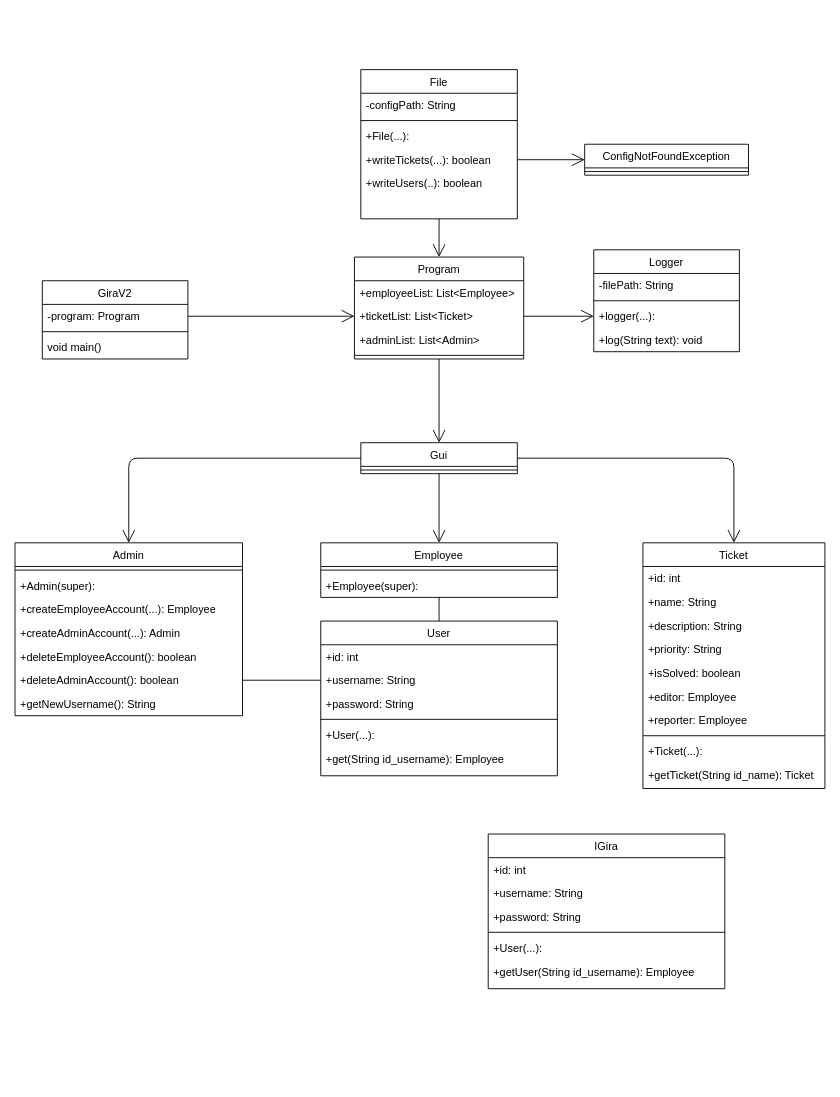
Before: Documentation/Diagrams/Class Diagram/Class Diagram.drawio in baltermia/Gira-ConsoleV2, a draw.io diagram. Source tidied: cells renumbered, new cells numbered last; positions are measured from the earlier drawing's top-left corner, leaving out a move shared by most shapes. Both pictures are drawn from the tidied source at 91%, with x=0, y=0 at pixel (15, 69).
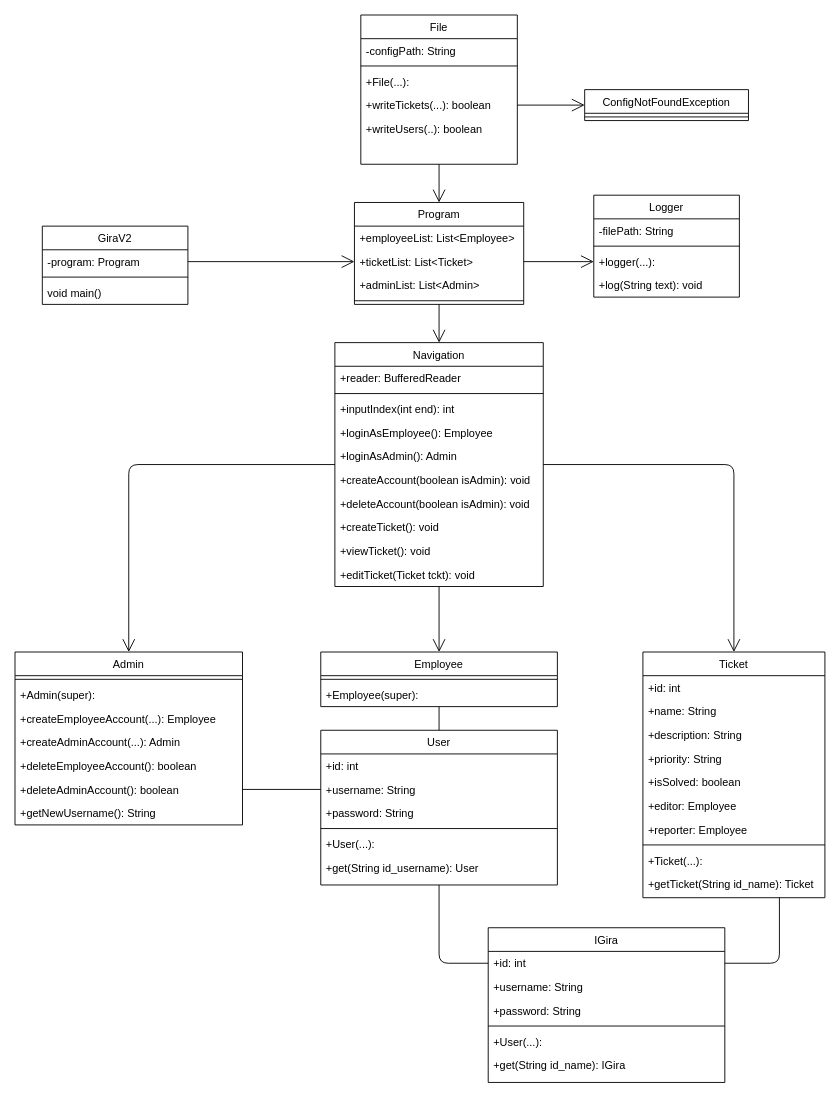
The same page after the edit.

Commit message (it also covers changes not shown here):
Fixed Program & Navigation class

Unchanged cells that the change refers to:
```xml
<mxCell id="65" value="+id: int" style="text;align=left;verticalAlign=top;spacingLeft=4;spacingRight=4;overflow=hidden;points=[[0,0.5],[1,0.5]];portConstraint=eastwest;rounded=0;shadow=0;html=0;" parent="64" vertex="1">
  <mxGeometry y="26" width="260" height="26" as="geometry" />
</mxCell>
```

Diff of the diagram source:
```diff
@@
     <mxCell id="2" value="Admin" style="swimlane;fontStyle=0;align=center;verticalAlign=top;horizontal=1;startSize=26;rounded=0;shadow=0;strokeWidth=1;" parent="1" vertex="1">
-      <mxGeometry y="520" width="250" height="190" as="geometry" />
+      <mxGeometry y="640" width="250" height="190" as="geometry" />
     </mxCell>
@@
     <mxCell id="10" value="GiraV2" style="swimlane;fontStyle=0;align=center;verticalAlign=top;horizontal=1;startSize=26;rounded=0;shadow=0;strokeWidth=1;" parent="1" vertex="1">
-      <mxGeometry x="30" y="232" width="160" height="86" as="geometry" />
+      <mxGeometry x="30" y="172" width="160" height="86" as="geometry" />
     </mxCell>
@@
     <mxCell id="14" value="Employee" style="swimlane;fontStyle=0;align=center;verticalAlign=top;horizontal=1;startSize=26;rounded=0;shadow=0;strokeWidth=1;" parent="1" vertex="1">
-      <mxGeometry x="336" y="520" width="260" height="60" as="geometry" />
+      <mxGeometry x="336" y="640" width="260" height="60" as="geometry" />
     </mxCell>
@@
     <mxCell id="17" value="Ticket" style="swimlane;fontStyle=0;align=center;verticalAlign=top;horizontal=1;startSize=26;rounded=0;shadow=0;strokeWidth=1;" parent="1" vertex="1">
-      <mxGeometry x="690" y="520" width="200" height="270" as="geometry" />
+      <mxGeometry x="690" y="640" width="200" height="270" as="geometry" />
     </mxCell>
@@
-    <mxCell id="28" value="Gui" style="swimlane;fontStyle=0;align=center;verticalAlign=top;horizontal=1;startSize=26;rounded=0;shadow=0;strokeWidth=1;" parent="1" vertex="1">
-      <mxGeometry x="380" y="410" width="172" height="34" as="geometry" />
+    <mxCell id="28" value="Navigation" style="swimlane;fontStyle=0;align=center;verticalAlign=top;horizontal=1;startSize=26;rounded=0;shadow=0;strokeWidth=1;" parent="1" vertex="1">
+      <mxGeometry x="351.5" y="300" width="229" height="268" as="geometry" />
     </mxCell>
+    <mxCell id="72" value="+reader: BufferedReader" style="text;align=left;verticalAlign=top;spacingLeft=4;spacingRight=4;overflow=hidden;" parent="28" vertex="1">
+      <mxGeometry y="26" width="229" height="26" as="geometry" />
+    </mxCell>
     <mxCell id="29" style="line;html=1;strokeWidth=1;align=left;verticalAlign=middle;spacingTop=-1;spacingLeft=3;spacingRight=3;labelPosition=right;" parent="28" vertex="1">
-      <mxGeometry y="26" width="172" height="8" as="geometry" />
+      <mxGeometry y="52" width="229" height="8" as="geometry" />
     </mxCell>
+    <mxCell id="73" value="+inputIndex(int end): int" style="text;align=left;verticalAlign=top;spacingLeft=4;spacingRight=4;overflow=hidden;" parent="28" vertex="1">
+      <mxGeometry y="60" width="229" height="26" as="geometry" />
+    </mxCell>
+    <mxCell id="74" value="+loginAsEmployee(): Employee" style="text;align=left;verticalAlign=top;spacingLeft=4;spacingRight=4;overflow=hidden;" parent="28" vertex="1">
+      <mxGeometry y="86" width="229" height="26" as="geometry" />
+    </mxCell>
+    <mxCell id="75" value="+loginAsAdmin(): Admin" style="text;align=left;verticalAlign=top;spacingLeft=4;spacingRight=4;overflow=hidden;" parent="28" vertex="1">
+      <mxGeometry y="112" width="229" height="26" as="geometry" />
+    </mxCell>
+    <mxCell id="76" value="+createAccount(boolean isAdmin): void" style="text;align=left;verticalAlign=top;spacingLeft=4;spacingRight=4;overflow=hidden;" parent="28" vertex="1">
+      <mxGeometry y="138" width="229" height="26" as="geometry" />
+    </mxCell>
+    <mxCell id="77" value="+deleteAccount(boolean isAdmin): void" style="text;align=left;verticalAlign=top;spacingLeft=4;spacingRight=4;overflow=hidden;" parent="28" vertex="1">
+      <mxGeometry y="164" width="229" height="26" as="geometry" />
+    </mxCell>
+    <mxCell id="78" value="+createTicket(): void" style="text;align=left;verticalAlign=top;spacingLeft=4;spacingRight=4;overflow=hidden;" parent="28" vertex="1">
+      <mxGeometry y="190" width="229" height="26" as="geometry" />
+    </mxCell>
+    <mxCell id="79" value="+viewTicket(): void" style="text;align=left;verticalAlign=top;spacingLeft=4;spacingRight=4;overflow=hidden;" parent="28" vertex="1">
+      <mxGeometry y="216" width="229" height="26" as="geometry" />
+    </mxCell>
+    <mxCell id="80" value="+editTicket(Ticket tckt): void" style="text;align=left;verticalAlign=top;spacingLeft=4;spacingRight=4;overflow=hidden;" parent="28" vertex="1">
+      <mxGeometry y="242" width="229" height="26" as="geometry" />
+    </mxCell>
     <mxCell id="30" value="File" style="swimlane;fontStyle=0;align=center;verticalAlign=top;horizontal=1;startSize=26;rounded=0;shadow=0;strokeWidth=1;" parent="1" vertex="1">
-      <mxGeometry x="380" width="172" height="164" as="geometry" />
+      <mxGeometry x="380" y="-60" width="172" height="164" as="geometry" />
     </mxCell>
@@
     <mxCell id="36" value="Program" style="swimlane;fontStyle=0;align=center;verticalAlign=top;horizontal=1;startSize=26;rounded=0;shadow=0;strokeWidth=1;" parent="1" vertex="1">
-      <mxGeometry x="373" y="206" width="186" height="112" as="geometry" />
+      <mxGeometry x="373" y="146" width="186" height="112" as="geometry" />
     </mxCell>
@@
     <mxCell id="41" value="Logger" style="swimlane;fontStyle=0;align=center;verticalAlign=top;horizontal=1;startSize=26;rounded=0;shadow=0;strokeWidth=1;" parent="1" vertex="1">
-      <mxGeometry x="636" y="198" width="160" height="112" as="geometry" />
+      <mxGeometry x="636" y="138" width="160" height="112" as="geometry" />
     </mxCell>
@@
     <mxCell id="46" value="ConfigNotFoundException" style="swimlane;fontStyle=0;align=center;verticalAlign=top;horizontal=1;startSize=26;rounded=0;shadow=0;strokeWidth=1;" parent="1" vertex="1">
-      <mxGeometry x="626" y="82" width="180" height="34" as="geometry" />
+      <mxGeometry x="626" y="22" width="180" height="34" as="geometry" />
     </mxCell>
@@
     <mxCell id="51" style="endArrow=open;endFill=1;endSize=12;html=1;exitX=0;exitY=0.5;exitDx=0;exitDy=0;entryX=0.5;entryY=0;entryDx=0;entryDy=0;" parent="1" edge="1" source="28" target="2">
       <mxGeometry relative="1" as="geometry">
         <Array as="points">
-          <mxPoint x="125" y="427" />
+          <mxPoint x="125" y="434" />
         </Array>
       </mxGeometry>
     </mxCell>
     <mxCell id="52" style="endArrow=open;endFill=1;endSize=12;html=1;exitX=1;exitY=0.5;exitDx=0;exitDy=0;entryX=0.5;entryY=0;entryDx=0;entryDy=0;" parent="1" edge="1" source="28" target="17">
       <mxGeometry relative="1" as="geometry">
         <Array as="points">
-          <mxPoint x="790" y="427" />
+          <mxPoint x="790" y="434" />
         </Array>
       </mxGeometry>
     </mxCell>
@@
     <mxCell id="56" value="User" style="swimlane;fontStyle=0;align=center;verticalAlign=top;horizontal=1;startSize=26;rounded=0;shadow=0;strokeWidth=1;" parent="1" vertex="1">
-      <mxGeometry x="336" y="606" width="260" height="170" as="geometry" />
+      <mxGeometry x="336" y="726" width="260" height="170" as="geometry" />
     </mxCell>
@@
-    <mxCell id="62" value="+get(String id_username): Employee" style="text;align=left;verticalAlign=top;spacingLeft=4;spacingRight=4;overflow=hidden;" parent="56" vertex="1">
+    <mxCell id="62" value="+get(String id_username): User" style="text;align=left;verticalAlign=top;spacingLeft=4;spacingRight=4;overflow=hidden;" parent="56" vertex="1">
       <mxGeometry y="138" width="260" height="26" as="geometry" />
     </mxCell>
@@
     <mxCell id="64" value="IGira" style="swimlane;fontStyle=0;align=center;verticalAlign=top;horizontal=1;startSize=26;rounded=0;shadow=0;strokeWidth=1;" parent="1" vertex="1">
-      <mxGeometry x="520" y="840" width="260" height="170" as="geometry" />
+      <mxGeometry x="520" y="943" width="260" height="170" as="geometry" />
     </mxCell>
@@
-    <mxCell id="70" value="+getUser(String id_username): Employee" style="text;align=left;verticalAlign=top;spacingLeft=4;spacingRight=4;overflow=hidden;" parent="64" vertex="1">
+    <mxCell id="70" value="+get(String id_name): IGira" style="text;align=left;verticalAlign=top;spacingLeft=4;spacingRight=4;overflow=hidden;" parent="64" vertex="1">
       <mxGeometry y="138" width="260" height="26" as="geometry" />
     </mxCell>
@@
+    <mxCell id="81" style="endArrow=none;html=1;exitX=0.5;exitY=1;exitDx=0;exitDy=0;entryX=0;entryY=0.5;entryDx=0;entryDy=0;" parent="1" edge="1" source="56" target="65">
+      <mxGeometry relative="1" as="geometry">
+        <Array as="points">
+          <mxPoint x="466" y="982" />
+        </Array>
+      </mxGeometry>
+    </mxCell>
+    <mxCell id="82" style="endArrow=none;html=1;exitX=0.75;exitY=1;exitDx=0;exitDy=0;entryX=1;entryY=0.5;entryDx=0;entryDy=0;" parent="1" edge="1" source="17" target="65">
+      <mxGeometry relative="1" as="geometry">
+        <Array as="points">
+          <mxPoint x="840" y="982" />
+        </Array>
+      </mxGeometry>
+    </mxCell>
```
